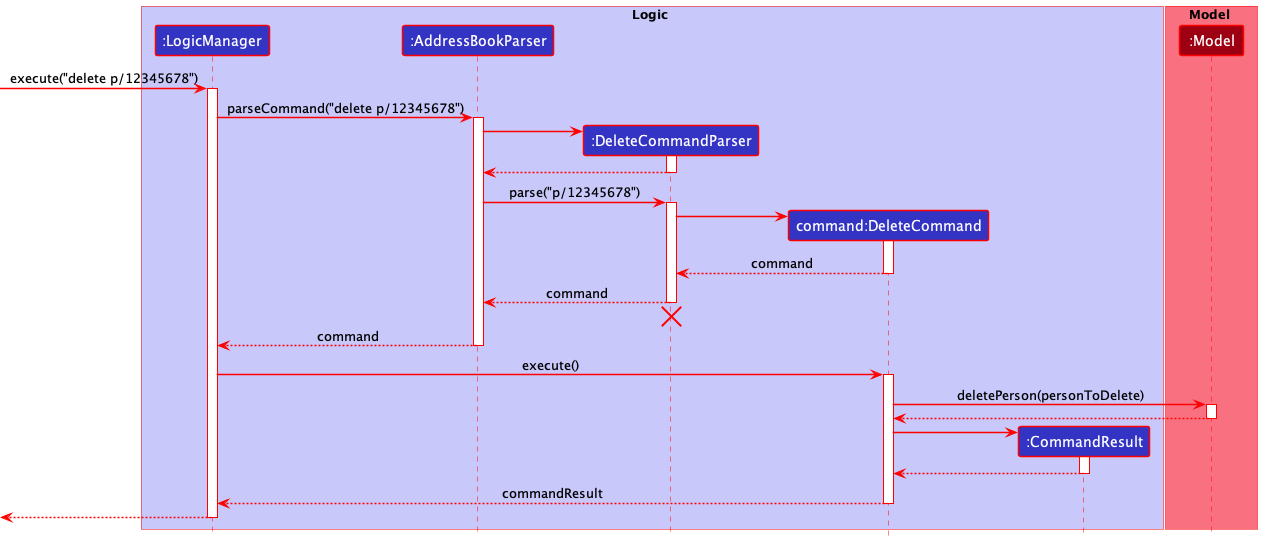
The PlantUML diagram docs/images/DeleteSequenceDiagram.png in nus-cs2103-AY2223S1/tp, before a commit.
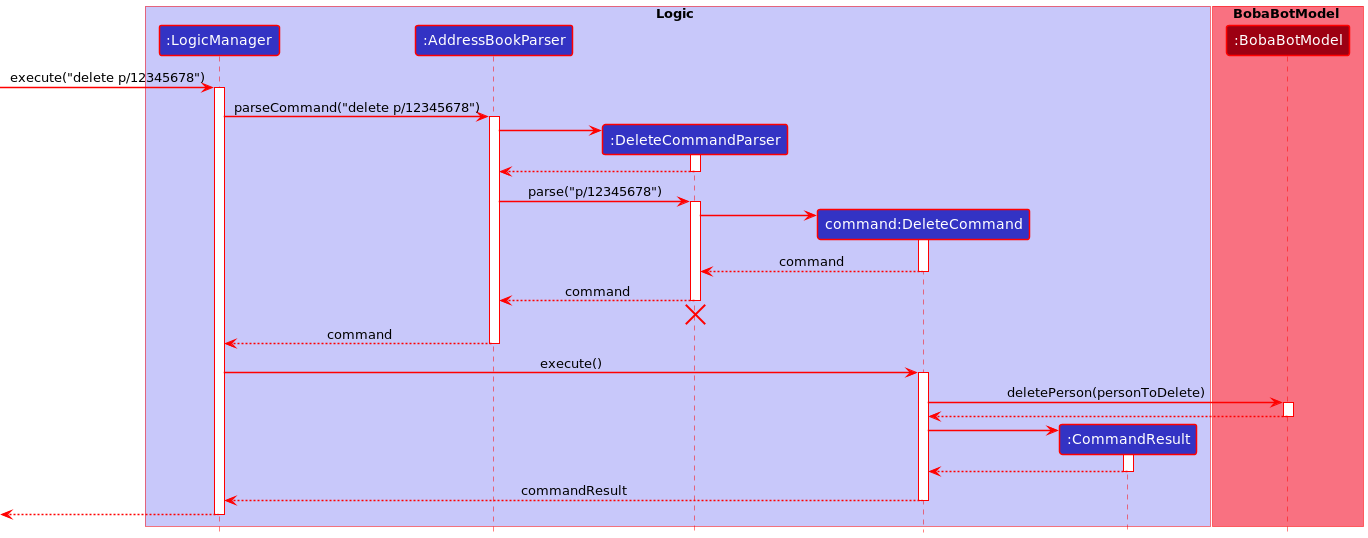
The same file after the commit.

Diff of the diagram source:
```diff
@@ -18,8 +18,8 @@
 participant ":CommandResult" as CommandResult LOGIC_COLOR
 end box
 
-box Model MODEL_COLOR_T1
-participant ":Model" as Model MODEL_COLOR
+box BobaBotModel MODEL_COLOR_T1
+participant ":BobaBotModel" as BobaBotModel MODEL_COLOR
 end box
 
 [-> LogicManager : execute("delete p/12345678")
@@ -56,11 +56,11 @@
 LogicManager -> DeleteCommand : execute()
 activate DeleteCommand
 
-DeleteCommand -> Model : deletePerson(personToDelete)
-activate Model
+DeleteCommand -> BobaBotModel : deletePerson(personToDelete)
+activate BobaBotModel
 
-Model --> DeleteCommand
-deactivate Model
+BobaBotModel --> DeleteCommand
+deactivate BobaBotModel
 
 create CommandResult
 DeleteCommand -> CommandResult
```
